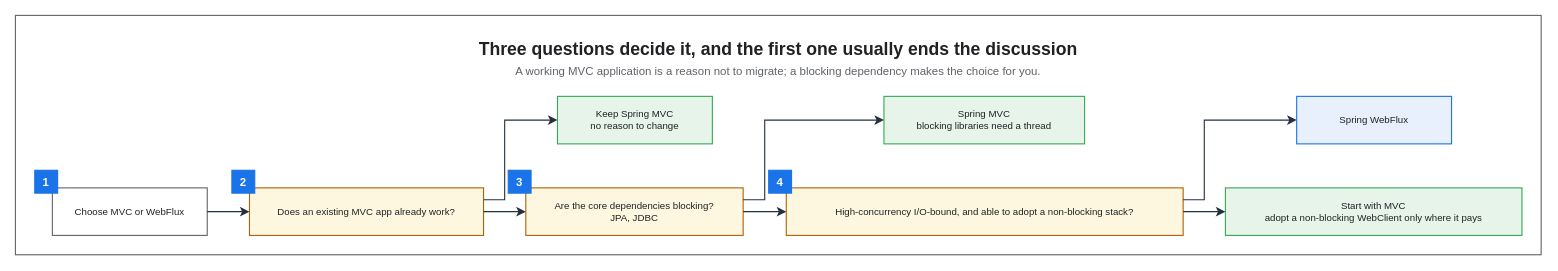
The draw.io diagram assets/img/spring/spring-14-when-to-use.drawio in KKamJi98/kkamji98.github.io, before the edit. Source tidied: cells renumbered, new cells numbered last; positions are measured from the earlier drawing's top-left corner, leaving out a move shared by most shapes. Both pictures are drawn from the tidied source at 88%, with x=0, y=0 at pixel (15, 15).
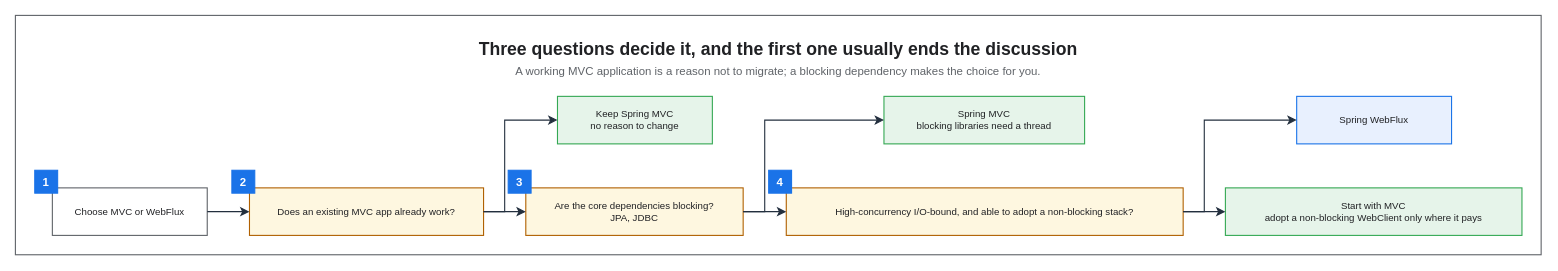
The same diagram, later.

The change refers to these unchanged cells:
```xml
<mxCell id="6" value="Does an existing MVC app already work?" style="rounded=0;whiteSpace=wrap;html=0;fillColor=#FEF7E0;strokeColor=#B06000;fontColor=#202124;fontSize=11;fontStyle=0;align=center;verticalAlign=middle;spacingLeft=6;spacingRight=6;strokeWidth=1.25;" parent="1" vertex="1">
  <mxGeometry x="266" y="196" width="266" height="54" as="geometry" />
</mxCell>
<mxCell id="7" value="Keep Spring MVC&#10;no reason to change" style="rounded=0;whiteSpace=wrap;html=0;fillColor=#E6F4EA;strokeColor=#34A853;fontColor=#202124;fontSize=11;fontStyle=0;align=center;verticalAlign=middle;spacingLeft=6;spacingRight=6;strokeWidth=1.25;" parent="1" vertex="1">
  <mxGeometry x="616" y="92" width="176" height="54" as="geometry" />
</mxCell>
<mxCell id="8" value="Are the core dependencies blocking?&#10;JPA, JDBC" style="rounded=0;whiteSpace=wrap;html=0;fillColor=#FEF7E0;strokeColor=#B06000;fontColor=#202124;fontSize=11;fontStyle=0;align=center;verticalAlign=middle;spacingLeft=6;spacingRight=6;strokeWidth=1.25;" parent="1" vertex="1">
  <mxGeometry x="580" y="196" width="247" height="54" as="geometry" />
</mxCell>
<mxCell id="9" value="Spring MVC&#10;blocking libraries need a thread" style="rounded=0;whiteSpace=wrap;html=0;fillColor=#E6F4EA;strokeColor=#34A853;fontColor=#202124;fontSize=11;fontStyle=0;align=center;verticalAlign=middle;spacingLeft=6;spacingRight=6;strokeWidth=1.25;" parent="1" vertex="1">
  <mxGeometry x="987" y="92" width="228" height="54" as="geometry" />
</mxCell>
<mxCell id="10" value="High-concurrency I/O-bound, and able to adopt a non-blocking stack?" style="rounded=0;whiteSpace=wrap;html=0;fillColor=#FEF7E0;strokeColor=#B06000;fontColor=#202124;fontSize=11;fontStyle=0;align=center;verticalAlign=middle;spacingLeft=6;spacingRight=6;strokeWidth=1.25;" parent="1" vertex="1">
  <mxGeometry x="876" y="196" width="451" height="54" as="geometry" />
</mxCell>
<mxCell id="11" value="Spring WebFlux" style="rounded=0;whiteSpace=wrap;html=0;fillColor=#E8F0FE;strokeColor=#1A73E8;fontColor=#202124;fontSize=11;fontStyle=0;align=center;verticalAlign=middle;spacingLeft=6;spacingRight=6;strokeWidth=1.25;" parent="1" vertex="1">
  <mxGeometry x="1456" y="92" width="176" height="54" as="geometry" />
</mxCell>
```

What changed in the source:
```diff
@@
-    <mxCell id="18" style="edgeStyle=orthogonalEdgeStyle;rounded=0;html=0;strokeColor=#232F3E;strokeWidth=1.25;endArrow=classic;endFill=1;endSize=7;fontSize=11;fontColor=#202124;labelBackgroundColor=none;jettySize=14;exitX=1;exitY=0.25;entryX=0;entryY=0.5;exitDx=0;exitDy=0;entryDx=0;entryDy=0;" parent="1" edge="1" source="6" target="7">
+    <mxCell id="18" style="edgeStyle=orthogonalEdgeStyle;rounded=0;html=0;strokeColor=#232F3E;strokeWidth=1.25;endArrow=classic;endFill=1;endSize=7;fontSize=11;fontColor=#202124;labelBackgroundColor=none;jettySize=14;exitX=1;exitY=0.5;entryX=0;entryY=0.5;exitDx=0;exitDy=0;entryDx=0;entryDy=0;" parent="1" edge="1" source="6" target="7">
       <mxGeometry relative="1" as="geometry">
         <Array as="points">
-          <mxPoint x="556" y="209.5" />
+          <mxPoint x="556" y="223" />
           <mxPoint x="556" y="119" />
         </Array>
       </mxGeometry>
     </mxCell>
@@
-    <mxCell id="20" style="edgeStyle=orthogonalEdgeStyle;rounded=0;html=0;strokeColor=#232F3E;strokeWidth=1.25;endArrow=classic;endFill=1;endSize=7;fontSize=11;fontColor=#202124;labelBackgroundColor=none;jettySize=14;exitX=1;exitY=0.25;entryX=0;entryY=0.5;exitDx=0;exitDy=0;entryDx=0;entryDy=0;" parent="1" edge="1" source="8" target="9">
+    <mxCell id="20" style="edgeStyle=orthogonalEdgeStyle;rounded=0;html=0;strokeColor=#232F3E;strokeWidth=1.25;endArrow=classic;endFill=1;endSize=7;fontSize=11;fontColor=#202124;labelBackgroundColor=none;jettySize=14;exitX=1;exitY=0.5;entryX=0;entryY=0.5;exitDx=0;exitDy=0;entryDx=0;entryDy=0;" parent="1" edge="1" source="8" target="9">
       <mxGeometry relative="1" as="geometry">
         <Array as="points">
-          <mxPoint x="851.5" y="209.5" />
+          <mxPoint x="851.5" y="223" />
           <mxPoint x="851.5" y="119" />
         </Array>
       </mxGeometry>
     </mxCell>
@@
-    <mxCell id="22" style="edgeStyle=orthogonalEdgeStyle;rounded=0;html=0;strokeColor=#232F3E;strokeWidth=1.25;endArrow=classic;endFill=1;endSize=7;fontSize=11;fontColor=#202124;labelBackgroundColor=none;jettySize=14;exitX=1;exitY=0.25;entryX=0;entryY=0.5;exitDx=0;exitDy=0;entryDx=0;entryDy=0;" parent="1" edge="1" source="10" target="11">
+    <mxCell id="22" style="edgeStyle=orthogonalEdgeStyle;rounded=0;html=0;strokeColor=#232F3E;strokeWidth=1.25;endArrow=classic;endFill=1;endSize=7;fontSize=11;fontColor=#202124;labelBackgroundColor=none;jettySize=14;exitX=1;exitY=0.5;entryX=0;entryY=0.5;exitDx=0;exitDy=0;entryDx=0;entryDy=0;" parent="1" edge="1" source="10" target="11">
       <mxGeometry relative="1" as="geometry">
         <Array as="points">
-          <mxPoint x="1351" y="209.5" />
+          <mxPoint x="1351" y="223" />
           <mxPoint x="1351" y="119" />
         </Array>
       </mxGeometry>
     </mxCell>
```
